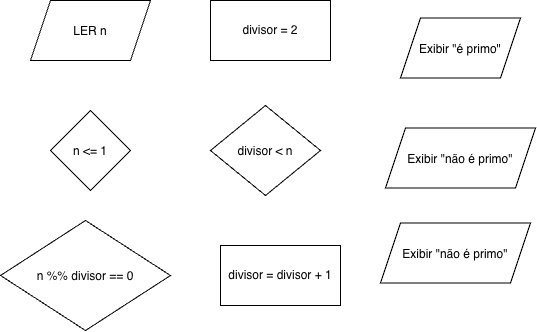
Before: pratica0/Exercício 11 - Números primos.drawio.png, a diagram exported from draw.io (Disciplinas-GN/Classroom_UFMG_Fundamentos_Programacao). Source tidied: cells renumbered, new cells last; positions are measured from the earlier drawing's top-left corner, leaving out a move shared by most shapes.
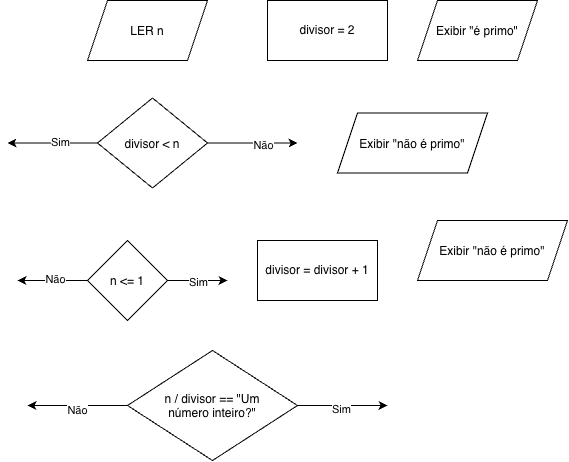
Above is the later version.

Diff of the diagram source:
```diff
@@ -5,29 +5,79 @@
     <mxCell id="2" value="LER n" style="shape=parallelogram;perimeter=parallelogramPerimeter;whiteSpace=wrap;html=1;shapeInside=1;fixedSize=1;" parent="1" vertex="1">
       <mxGeometry x="30" width="120" height="60" as="geometry" />
     </mxCell>
+    <mxCell id="11" style="edgeStyle=orthogonalEdgeStyle;rounded=0;jettySize=auto;html=1;" parent="1" edge="1" source="3">
+      <mxGeometry relative="1" as="geometry">
+        <mxPoint x="170" y="280" as="targetPoint" />
+      </mxGeometry>
+    </mxCell>
+    <mxCell id="12" value="Sim" style="edgeLabel;html=1;align=center;verticalAlign=middle;" parent="11" vertex="1">
+      <mxGeometry y="-1" relative="1" as="geometry" />
+    </mxCell>
+    <mxCell id="13" style="edgeStyle=orthogonalEdgeStyle;rounded=0;jettySize=auto;html=1;" parent="1" edge="1" source="3">
+      <mxGeometry relative="1" as="geometry">
+        <mxPoint x="-40" y="280" as="targetPoint" />
+      </mxGeometry>
+    </mxCell>
+    <mxCell id="14" value="Não" style="edgeLabel;html=1;align=center;verticalAlign=middle;" parent="13" vertex="1">
+      <mxGeometry x="-0.06" y="-2" relative="1" as="geometry" />
+    </mxCell>
     <mxCell id="3" value="&lt;div&gt;n &amp;lt;= 1&lt;/div&gt;" style="rhombus;whiteSpace=wrap;html=1;shapeInside=1;" parent="1" vertex="1">
-      <mxGeometry x="50" y="110" width="80" height="80" as="geometry" />
+      <mxGeometry x="30" y="240" width="80" height="80" as="geometry" />
     </mxCell>
     <mxCell id="4" value="divisor = 2" style="rounded=0;whiteSpace=wrap;html=1;" parent="1" vertex="1">
       <mxGeometry x="210" width="120" height="60" as="geometry" />
     </mxCell>
+    <mxCell id="15" style="edgeStyle=orthogonalEdgeStyle;rounded=0;jettySize=auto;html=1;" parent="1" edge="1" source="5">
+      <mxGeometry relative="1" as="geometry">
+        <mxPoint x="240" y="142.5" as="targetPoint" />
+      </mxGeometry>
+    </mxCell>
+    <mxCell id="16" value="Não" style="edgeLabel;html=1;align=center;verticalAlign=middle;" parent="15" vertex="1">
+      <mxGeometry x="0.22" y="-1" relative="1" as="geometry">
+        <mxPoint y="1" as="offset" />
+      </mxGeometry>
+    </mxCell>
+    <mxCell id="17" style="edgeStyle=orthogonalEdgeStyle;rounded=0;jettySize=auto;html=1;" parent="1" edge="1" source="5">
+      <mxGeometry relative="1" as="geometry">
+        <mxPoint x="-50" y="142.5" as="targetPoint" />
+      </mxGeometry>
+    </mxCell>
+    <mxCell id="18" value="Sim" style="edgeLabel;html=1;align=center;verticalAlign=middle;" parent="17" vertex="1">
+      <mxGeometry x="-0.16" y="-1" relative="1" as="geometry" />
+    </mxCell>
     <mxCell id="5" value="divisor &amp;lt; n" style="rhombus;whiteSpace=wrap;html=1;shapeInside=1;" parent="1" vertex="1">
-      <mxGeometry x="210" y="105" width="110" height="90" as="geometry" />
+      <mxGeometry x="40" y="97.5" width="110" height="90" as="geometry" />
     </mxCell>
+    <mxCell id="19" style="edgeStyle=orthogonalEdgeStyle;rounded=0;jettySize=auto;html=1;" parent="1" edge="1" source="6">
+      <mxGeometry relative="1" as="geometry">
+        <mxPoint x="330" y="405" as="targetPoint" />
+      </mxGeometry>
+    </mxCell>
+    <mxCell id="20" value="Sim" style="edgeLabel;html=1;align=center;verticalAlign=middle;" parent="19" vertex="1">
+      <mxGeometry x="-0.04" y="-3" relative="1" as="geometry" />
+    </mxCell>
+    <mxCell id="21" style="edgeStyle=orthogonalEdgeStyle;rounded=0;jettySize=auto;html=1;" parent="1" edge="1" source="6">
+      <mxGeometry relative="1" as="geometry">
+        <mxPoint x="-30" y="405" as="targetPoint" />
+      </mxGeometry>
+    </mxCell>
+    <mxCell id="22" value="Não" style="edgeLabel;html=1;align=center;verticalAlign=middle;" parent="21" vertex="1">
+      <mxGeometry x="0.02" y="4" relative="1" as="geometry" />
+    </mxCell>
-    <mxCell id="6" value="n %% divisor == 0" style="rhombus;whiteSpace=wrap;html=1;shapeInside=1;" parent="1" vertex="1">
-      <mxGeometry y="220" width="170" height="110" as="geometry" />
+    <mxCell id="6" value="n / divisor == &quot;Um número inteiro?&quot;" style="rhombus;whiteSpace=wrap;html=1;shapeInside=1;" parent="1" vertex="1">
+      <mxGeometry x="70" y="350" width="170" height="110" as="geometry" />
     </mxCell>
     <mxCell id="7" value="divisor = divisor + 1" style="rounded=0;whiteSpace=wrap;html=1;" parent="1" vertex="1">
-      <mxGeometry x="220" y="245" width="120" height="60" as="geometry" />
+      <mxGeometry x="200" y="240" width="120" height="60" as="geometry" />
     </mxCell>
     <mxCell id="8" value="Exibir &quot;é primo&quot;" style="shape=parallelogram;perimeter=parallelogramPerimeter;whiteSpace=wrap;html=1;shapeInside=1;fixedSize=1;" parent="1" vertex="1">
-      <mxGeometry x="400" y="17.5" width="120" height="60" as="geometry" />
+      <mxGeometry x="360" width="120" height="60" as="geometry" />
     </mxCell>
     <mxCell id="9" value="Exibir &quot;não é primo&quot;" style="shape=parallelogram;perimeter=parallelogramPerimeter;whiteSpace=wrap;html=1;shapeInside=1;fixedSize=1;" parent="1" vertex="1">
-      <mxGeometry x="385" y="127.5" width="150" height="60" as="geometry" />
+      <mxGeometry x="280" y="112.5" width="150" height="60" as="geometry" />
     </mxCell>
     <mxCell id="10" value="Exibir &quot;não é primo&quot;" style="shape=parallelogram;perimeter=parallelogramPerimeter;whiteSpace=wrap;html=1;shapeInside=1;fixedSize=1;" parent="1" vertex="1">
-      <mxGeometry x="380" y="222.5" width="150" height="60" as="geometry" />
+      <mxGeometry x="360" y="220" width="150" height="60" as="geometry" />
     </mxCell>
   </root>
 </mxGraphModel>
```
